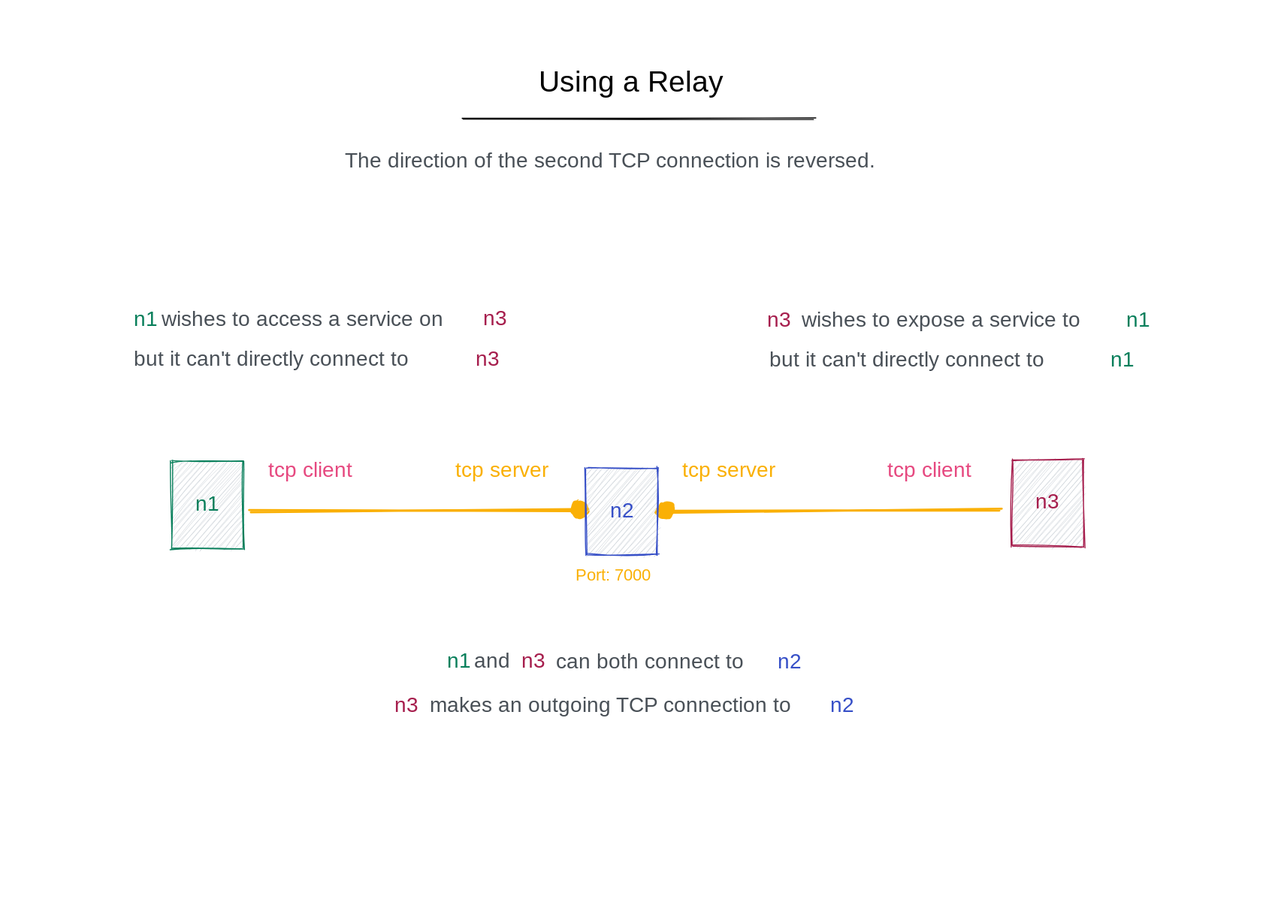
build-trust/ockam-documentation keeps this Excalidraw diagram as .gitbook/assets/file.excalidraw.svg. Above is the earlier version. Source tidied: one line per element, renumbered; positions are measured from the earlier drawing's top-left corner, leaving out a move shared by most shapes.
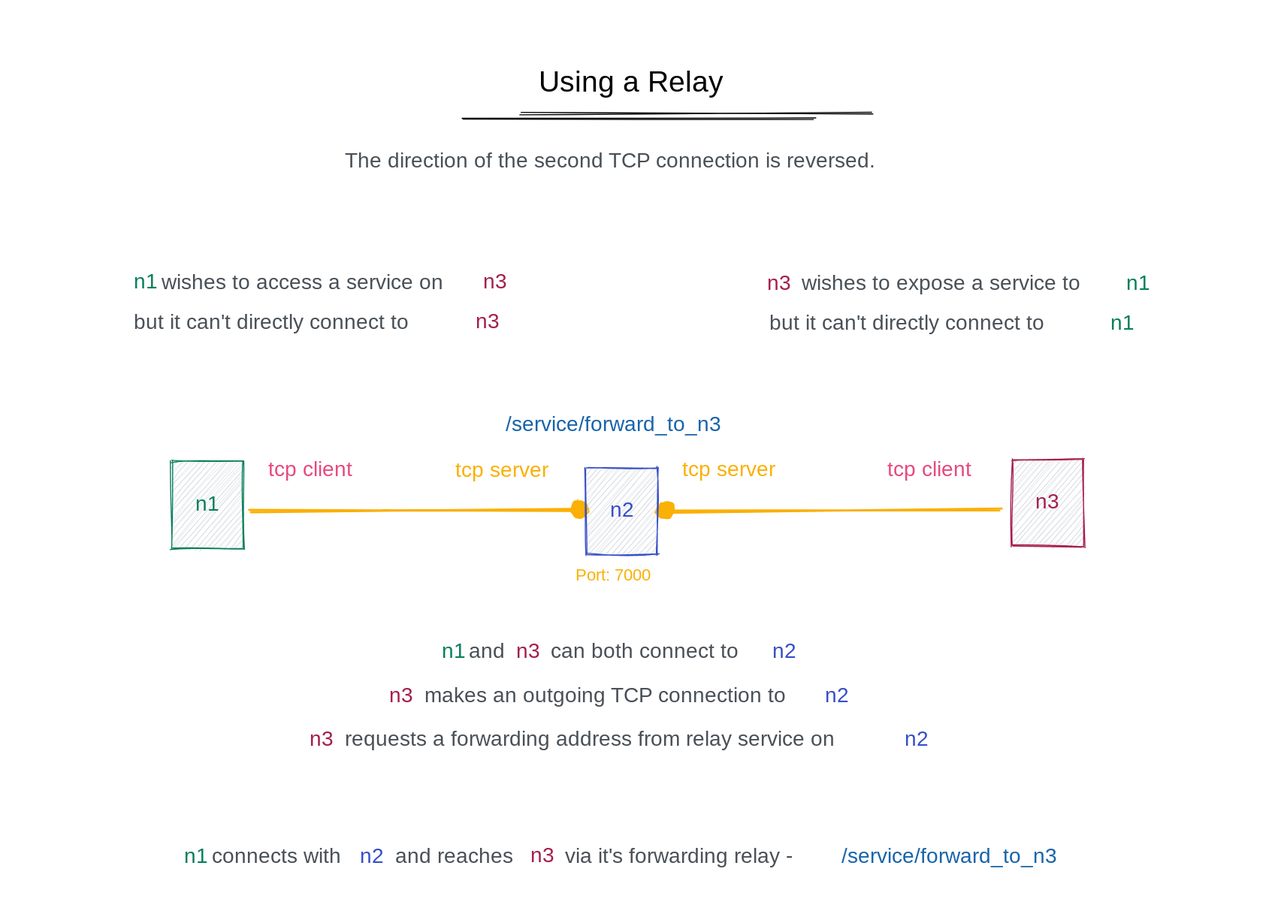
The same file after the commit.

Commit message:
GITBOOK-1048: change request with no subject merged in GitBook

Diff of the diagram source:
```diff
@@ -15,21 +15,33 @@
 {"id": 14, "type": "text", "text": "n3", "strokeColor": "#a61e4d", "backgroundColor": "#ced4da", "fillStyle": "hachure", "strokeWidth": 1, "roughness": 1, "fontSize": 20, "fontFamily": 1, "textAlign": "center", "verticalAlign": "middle", "inside": 13, "x": 973, "y": 456, "width": 25, "height": 25}
 {"id": 15, "type": "text", "text": "tcp server", "strokeColor": "#fab005", "strokeWidth": 1, "roughness": 1, "fontSize": 20, "fontFamily": 1, "x": 639, "y": 425, "width": 104, "height": 25}
 {"id": 16, "type": "text", "text": "Port: 7000", "strokeColor": "#fab005", "strokeWidth": 1, "roughness": 1, "fontSize": 16, "fontFamily": 1, "x": 537, "y": 528, "width": 91, "height": 20}
-{"id": 17, "type": "text", "text": "wishes to access a service on", "strokeColor": "#495057", "backgroundColor": "#ced4da", "fillStyle": "hachure", "strokeWidth": 1, "roughness": 1, "fontSize": 20, "fontFamily": 1, "x": 144, "y": 282, "width": 300, "height": 25}
+{"id": 17, "type": "text", "text": "wishes to access a service on", "strokeColor": "#495057", "backgroundColor": "#ced4da", "fillStyle": "hachure", "strokeWidth": 1, "roughness": 1, "fontSize": 20, "fontFamily": 1, "x": 144, "y": 247, "width": 300, "height": 25}
-{"id": 18, "type": "text", "text": "n1", "strokeColor": "#087f5b", "backgroundColor": "#4c6ef5", "fillStyle": "hachure", "strokeWidth": 1, "roughness": 1, "fontSize": 20, "fontFamily": 1, "x": 117, "y": 282, "width": 17, "height": 25}
+{"id": 18, "type": "text", "text": "n1", "strokeColor": "#087f5b", "backgroundColor": "#4c6ef5", "fillStyle": "hachure", "strokeWidth": 1, "roughness": 1, "fontSize": 20, "fontFamily": 1, "x": 117, "y": 247, "width": 17, "height": 25}
-{"id": 19, "type": "text", "text": "n3", "strokeColor": "#a61e4d", "backgroundColor": "#4c6ef5", "fillStyle": "hachure", "strokeWidth": 1, "roughness": 1, "fontSize": 20, "fontFamily": 1, "x": 450, "y": 281, "width": 25, "height": 25}
+{"id": 19, "type": "text", "text": "n3", "strokeColor": "#a61e4d", "backgroundColor": "#4c6ef5", "fillStyle": "hachure", "strokeWidth": 1, "roughness": 1, "fontSize": 20, "fontFamily": 1, "x": 449, "y": 246, "width": 25, "height": 25}
-{"id": 20, "type": "text", "text": "but it can't directly connect to", "strokeColor": "#495057", "backgroundColor": "#ced4da", "fillStyle": "hachure", "strokeWidth": 1, "roughness": 1, "fontSize": 20, "fontFamily": 1, "x": 117, "y": 320, "width": 316, "height": 25}
+{"id": 20, "type": "text", "text": "but it can't directly connect to", "strokeColor": "#495057", "backgroundColor": "#ced4da", "fillStyle": "hachure", "strokeWidth": 1, "roughness": 1, "fontSize": 20, "fontFamily": 1, "x": 117, "y": 285, "width": 316, "height": 25}
-{"id": 21, "type": "text", "text": "n3", "strokeColor": "#a61e4d", "backgroundColor": "#4c6ef5", "fillStyle": "hachure", "strokeWidth": 1, "roughness": 1, "fontSize": 20, "fontFamily": 1, "x": 442, "y": 320, "width": 25, "height": 25}
+{"id": 21, "type": "text", "text": "n3", "strokeColor": "#a61e4d", "backgroundColor": "#4c6ef5", "fillStyle": "hachure", "strokeWidth": 1, "roughness": 1, "fontSize": 20, "fontFamily": 1, "x": 442, "y": 285, "width": 25, "height": 25}
-{"id": 22, "type": "text", "text": "wishes to expose a service to", "strokeColor": "#495057", "backgroundColor": "#ced4da", "fillStyle": "hachure", "strokeWidth": 1, "roughness": 1, "fontSize": 20, "fontFamily": 1, "x": 752, "y": 283, "width": 300, "height": 25}
+{"id": 22, "type": "text", "text": "wishes to expose a service to", "strokeColor": "#495057", "backgroundColor": "#ced4da", "fillStyle": "hachure", "strokeWidth": 1, "roughness": 1, "fontSize": 20, "fontFamily": 1, "x": 752, "y": 248, "width": 300, "height": 25}
-{"id": 23, "type": "text", "text": "n1", "strokeColor": "#087f5b", "backgroundColor": "#4c6ef5", "fillStyle": "hachure", "strokeWidth": 1, "roughness": 1, "fontSize": 20, "fontFamily": 1, "x": 1061, "y": 282, "width": 17, "height": 25}
+{"id": 23, "type": "text", "text": "n1", "strokeColor": "#087f5b", "backgroundColor": "#4c6ef5", "fillStyle": "hachure", "strokeWidth": 1, "roughness": 1, "fontSize": 20, "fontFamily": 1, "x": 1061, "y": 247, "width": 17, "height": 25}
-{"id": 24, "type": "text", "text": "n3", "strokeColor": "#a61e4d", "backgroundColor": "#4c6ef5", "fillStyle": "hachure", "strokeWidth": 1, "roughness": 1, "fontSize": 20, "fontFamily": 1, "x": 720, "y": 283, "width": 25, "height": 25}
+{"id": 24, "type": "text", "text": "n3", "strokeColor": "#a61e4d", "backgroundColor": "#4c6ef5", "fillStyle": "hachure", "strokeWidth": 1, "roughness": 1, "fontSize": 20, "fontFamily": 1, "x": 720, "y": 248, "width": 25, "height": 25}
-{"id": 25, "type": "text", "text": "but it can't directly connect to", "strokeColor": "#495057", "backgroundColor": "#ced4da", "fillStyle": "hachure", "strokeWidth": 1, "roughness": 1, "fontSize": 20, "fontFamily": 1, "x": 722, "y": 321, "width": 316, "height": 25}
+{"id": 25, "type": "text", "text": "but it can't directly connect to", "strokeColor": "#495057", "backgroundColor": "#ced4da", "fillStyle": "hachure", "strokeWidth": 1, "roughness": 1, "fontSize": 20, "fontFamily": 1, "x": 722, "y": 286, "width": 316, "height": 25}
-{"id": 26, "type": "text", "text": "n1", "strokeColor": "#087f5b", "backgroundColor": "#4c6ef5", "fillStyle": "hachure", "strokeWidth": 1, "roughness": 1, "fontSize": 20, "fontFamily": 1, "x": 1046, "y": 321, "width": 17, "height": 25}
+{"id": 26, "type": "text", "text": "n1", "strokeColor": "#087f5b", "backgroundColor": "#4c6ef5", "fillStyle": "hachure", "strokeWidth": 1, "roughness": 1, "fontSize": 20, "fontFamily": 1, "x": 1046, "y": 286, "width": 17, "height": 25}
-{"id": 27, "type": "text", "text": "and", "strokeColor": "#495057", "backgroundColor": "#ced4da", "fillStyle": "hachure", "strokeWidth": 1, "roughness": 1, "fontSize": 20, "fontFamily": 1, "x": 441, "y": 607, "width": 36, "height": 25}
+{"id": 27, "type": "text", "text": "and", "strokeColor": "#495057", "backgroundColor": "#ced4da", "fillStyle": "hachure", "strokeWidth": 1, "roughness": 1, "fontSize": 20, "fontFamily": 1, "x": 436, "y": 598, "width": 36, "height": 25}
-{"id": 28, "type": "text", "text": "n1", "strokeColor": "#087f5b", "backgroundColor": "#4c6ef5", "fillStyle": "hachure", "strokeWidth": 1, "roughness": 1, "fontSize": 20, "fontFamily": 1, "x": 415, "y": 607, "width": 17, "height": 25}
+{"id": 28, "type": "text", "text": "n1", "strokeColor": "#087f5b", "backgroundColor": "#4c6ef5", "fillStyle": "hachure", "strokeWidth": 1, "roughness": 1, "fontSize": 20, "fontFamily": 1, "x": 410, "y": 598, "width": 17, "height": 25}
-{"id": 29, "type": "text", "text": "n3", "strokeColor": "#a61e4d", "backgroundColor": "#4c6ef5", "fillStyle": "hachure", "strokeWidth": 1, "roughness": 1, "fontSize": 20, "fontFamily": 1, "x": 485, "y": 607, "width": 25, "height": 25}
+{"id": 29, "type": "text", "text": "n3", "strokeColor": "#a61e4d", "backgroundColor": "#4c6ef5", "fillStyle": "hachure", "strokeWidth": 1, "roughness": 1, "fontSize": 20, "fontFamily": 1, "x": 480, "y": 598, "width": 25, "height": 25}
-{"id": 30, "type": "text", "text": "can both connect to", "strokeColor": "#495057", "backgroundColor": "#ced4da", "fillStyle": "hachure", "strokeWidth": 1, "roughness": 1, "fontSize": 20, "fontFamily": 1, "x": 519, "y": 607, "width": 202, "height": 25}
+{"id": 30, "type": "text", "text": "can both connect to", "strokeColor": "#495057", "backgroundColor": "#ced4da", "fillStyle": "hachure", "strokeWidth": 1, "roughness": 1, "fontSize": 20, "fontFamily": 1, "x": 514, "y": 598, "width": 202, "height": 25}
-{"id": 31, "type": "text", "text": "n2", "strokeColor": "#364fc7", "strokeWidth": 1, "roughness": 1, "fontSize": 20, "fontFamily": 1, "x": 729, "y": 608, "width": 26, "height": 25}
+{"id": 31, "type": "text", "text": "n2", "strokeColor": "#364fc7", "strokeWidth": 1, "roughness": 1, "fontSize": 20, "fontFamily": 1, "x": 724, "y": 598, "width": 26, "height": 25}
-{"id": 32, "type": "text", "text": "n3", "strokeColor": "#a61e4d", "backgroundColor": "#4c6ef5", "fillStyle": "hachure", "strokeWidth": 1, "roughness": 1, "fontSize": 20, "fontFamily": 1, "x": 365, "y": 649, "width": 25, "height": 25}
+{"id": 32, "type": "text", "text": "n3", "strokeColor": "#a61e4d", "backgroundColor": "#4c6ef5", "fillStyle": "hachure", "strokeWidth": 1, "roughness": 1, "fontSize": 20, "fontFamily": 1, "x": 360, "y": 640, "width": 25, "height": 25}
-{"id": 33, "type": "text", "text": "makes an outgoing TCP connection to", "strokeColor": "#495057", "backgroundColor": "#ced4da", "fillStyle": "hachure", "strokeWidth": 1, "roughness": 1, "fontSize": 20, "fontFamily": 1, "x": 398, "y": 649, "width": 372, "height": 25}
+{"id": 33, "type": "text", "text": "makes an outgoing TCP connection to", "strokeColor": "#495057", "backgroundColor": "#ced4da", "fillStyle": "hachure", "strokeWidth": 1, "roughness": 1, "fontSize": 20, "fontFamily": 1, "x": 393, "y": 640, "width": 372, "height": 25}
-{"id": 34, "type": "text", "text": "n2", "strokeColor": "#364fc7", "strokeWidth": 1, "roughness": 1, "fontSize": 20, "fontFamily": 1, "x": 779, "y": 649, "width": 26, "height": 25}
+{"id": 34, "type": "text", "text": "n2", "strokeColor": "#364fc7", "strokeWidth": 1, "roughness": 1, "fontSize": 20, "fontFamily": 1, "x": 774, "y": 640, "width": 26, "height": 25}
+{"id": 35, "type": "text", "text": "n3", "strokeColor": "#a61e4d", "backgroundColor": "#4c6ef5", "fillStyle": "hachure", "strokeWidth": 1, "roughness": 1, "fontSize": 20, "fontFamily": 1, "x": 284, "y": 681, "width": 25, "height": 25}
+{"id": 36, "type": "text", "text": "requests a forwarding address from relay service on", "strokeColor": "#495057", "backgroundColor": "#ced4da", "fillStyle": "hachure", "strokeWidth": 1, "roughness": 1, "fontSize": 20, "fontFamily": 1, "x": 318, "y": 681, "width": 523, "height": 25}
+{"id": 37, "type": "text", "text": "n2", "strokeColor": "#364fc7", "strokeWidth": 1, "roughness": 1, "fontSize": 20, "fontFamily": 1, "x": 850, "y": 681, "width": 26, "height": 25}
+{"id": 38, "type": "text", "text": "n1", "strokeColor": "#087f5b", "backgroundColor": "#4c6ef5", "fillStyle": "hachure", "strokeWidth": 1, "roughness": 1, "fontSize": 20, "fontFamily": 1, "x": 165, "y": 793, "width": 17, "height": 25}
+{"id": 39, "type": "text", "text": "connects with", "strokeColor": "#495057", "backgroundColor": "#ced4da", "fillStyle": "hachure", "strokeWidth": 1, "roughness": 1, "fontSize": 20, "fontFamily": 1, "x": 191, "y": 793, "width": 133, "height": 25}
+{"id": 40, "type": "text", "text": "n2", "strokeColor": "#364fc7", "strokeWidth": 1, "roughness": 1, "fontSize": 20, "fontFamily": 1, "x": 332, "y": 793, "width": 26, "height": 25}
+{"id": 41, "type": "text", "text": "and reaches", "strokeColor": "#495057", "backgroundColor": "#ced4da", "fillStyle": "hachure", "strokeWidth": 1, "roughness": 1, "fontSize": 20, "fontFamily": 1, "x": 365, "y": 793, "width": 121, "height": 25}
+{"id": 42, "type": "text", "text": "/service/forward_to_n3", "strokeColor": "#1864ab", "strokeWidth": 1, "roughness": 1, "fontSize": 20, "fontFamily": 1, "x": 790, "y": 793, "width": 242, "height": 25}
+{"id": 43, "type": "text", "text": "n3", "strokeColor": "#a61e4d", "strokeWidth": 1, "roughness": 1, "fontSize": 20, "fontFamily": 1, "x": 494, "y": 792, "width": 25, "height": 25}
+{"id": 44, "type": "text", "text": "via it's forwarding relay -", "strokeColor": "#495057", "strokeWidth": 1, "roughness": 1, "fontSize": 20, "fontFamily": 1, "x": 527, "y": 793, "width": 256, "height": 25}
+{"id": 45, "type": "line", "strokeColor": "#000000", "strokeWidth": 1, "roughness": 1, "round": true, "x": 485, "y": 97, "width": 335, "height": 0, "points": [[0, 0], [335, 0]]}
+{"id": 46, "type": "text", "text": "/service/forward_to_n3", "strokeColor": "#1864ab", "strokeWidth": 1, "roughness": 1, "fontSize": 20, "fontFamily": 1, "x": 471, "y": 382, "width": 242, "height": 25}
```
